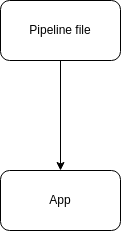
The draw.io diagram docs/design.drawio.png in shalex88/gst-pipeline-launch, before a commit. Source tidied: cells renumbered, new cells last; positions are measured from the earlier drawing's top-left corner, leaving out a move shared by most shapes. Its diagram source:
```xml
<mxGraphModel>
  <root>
    <mxCell id="0" />
    <mxCell id="1" parent="0" />
    <mxCell id="2" value="App" style="rounded=1;whiteSpace=wrap;html=1;" parent="1" vertex="1">
      <mxGeometry y="170" width="120" height="60" as="geometry" />
    </mxCell>
    <mxCell id="3" style="edgeStyle=orthogonalEdgeStyle;rounded=0;jettySize=auto;html=1;exitX=0.5;exitY=1;exitDx=0;exitDy=0;entryX=0.5;entryY=0;entryDx=0;entryDy=0;" parent="1" edge="1" source="4" target="2">
      <mxGeometry relative="1" as="geometry" />
    </mxCell>
    <mxCell id="4" value="Pipeline file" style="rounded=1;whiteSpace=wrap;html=1;" parent="1" vertex="1">
      <mxGeometry width="120" height="60" as="geometry" />
    </mxCell>
  </root>
</mxGraphModel>
```
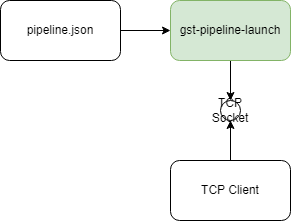
The same file after the commit.

The edit, as a diff of the source:
```diff
@@ -2,14 +2,26 @@
   <root>
     <mxCell id="0" />
     <mxCell id="1" parent="0" />
+    <mxCell id="5" style="edgeStyle=orthogonalEdgeStyle;rounded=0;jettySize=auto;html=1;exitX=0.5;exitY=1;exitDx=0;exitDy=0;entryX=0.5;entryY=0;entryDx=0;entryDy=0;" parent="1" edge="1" source="2" target="8">
+      <mxGeometry relative="1" as="geometry" />
+    </mxCell>
-    <mxCell id="2" value="App" style="rounded=1;whiteSpace=wrap;html=1;" parent="1" vertex="1">
+    <mxCell id="2" value="gst-pipeline-launch" style="rounded=1;whiteSpace=wrap;html=1;fillColor=#d5e8d4;strokeColor=#82b366;" parent="1" vertex="1">
       <mxGeometry y="170" width="120" height="60" as="geometry" />
     </mxCell>
-    <mxCell id="3" style="edgeStyle=orthogonalEdgeStyle;rounded=0;jettySize=auto;html=1;exitX=0.5;exitY=1;exitDx=0;exitDy=0;entryX=0.5;entryY=0;entryDx=0;entryDy=0;" parent="1" edge="1" source="4" target="2">
+    <mxCell id="3" style="edgeStyle=orthogonalEdgeStyle;rounded=0;jettySize=auto;html=1;exitX=1;exitY=0.5;exitDx=0;exitDy=0;entryX=0;entryY=0.5;entryDx=0;entryDy=0;" parent="1" edge="1" source="4" target="2">
       <mxGeometry relative="1" as="geometry" />
     </mxCell>
-    <mxCell id="4" value="Pipeline file" style="rounded=1;whiteSpace=wrap;html=1;" parent="1" vertex="1">
-      <mxGeometry width="120" height="60" as="geometry" />
+    <mxCell id="4" value="pipeline.json" style="rounded=1;whiteSpace=wrap;html=1;" parent="1" vertex="1">
+      <mxGeometry x="-170" y="170" width="120" height="60" as="geometry" />
     </mxCell>
+    <mxCell id="6" style="edgeStyle=orthogonalEdgeStyle;rounded=0;jettySize=auto;html=1;exitX=0.5;exitY=0;exitDx=0;exitDy=0;entryX=0.5;entryY=1;entryDx=0;entryDy=0;" parent="1" edge="1" source="7" target="8">
+      <mxGeometry relative="1" as="geometry" />
+    </mxCell>
+    <mxCell id="7" value="TCP Client" style="rounded=1;whiteSpace=wrap;html=1;" parent="1" vertex="1">
+      <mxGeometry y="330" width="120" height="60" as="geometry" />
+    </mxCell>
+    <mxCell id="8" value="TCP&lt;br&gt;Socket" style="ellipse;whiteSpace=wrap;html=1;" parent="1" vertex="1">
+      <mxGeometry x="50" y="270" width="20" height="20" as="geometry" />
+    </mxCell>
   </root>
 </mxGraphModel>
```
